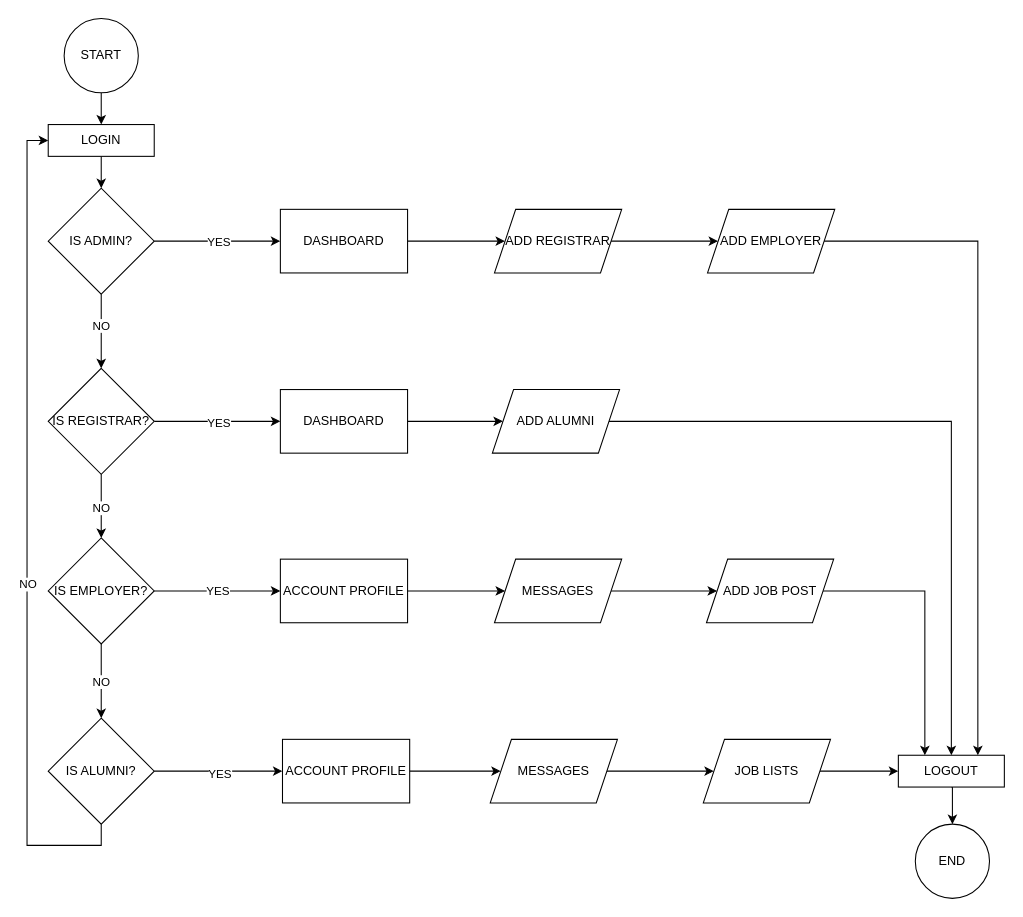
This is page "alumni flowchart" (1 of 10) of docs/FLOWCHART.drawio from 5kydriven/alumni-tracker-system-nuxt, a draw.io file, before an edit. Source tidied: cells renumbered, new cells numbered last; positions are measured from the earlier drawing's top-left corner, leaving out a move shared by most shapes. Both pictures are drawn from the tidied source at 106%, with x=0, y=0 at pixel (48, 18).
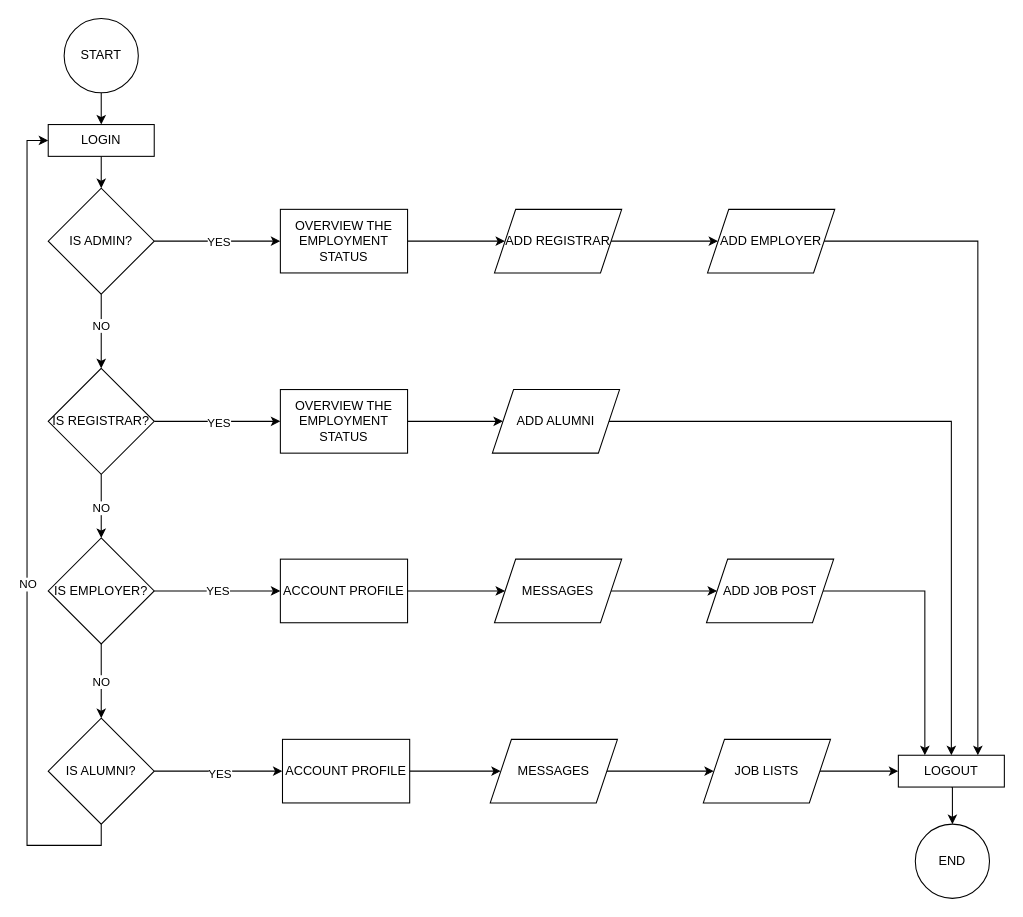
The same diagram, later.

The edit, as a diff of the source:
```diff
@@
-    <mxCell id="22" value="&lt;font face=&quot;ARIAL&quot;&gt;DASHBOARD&lt;/font&gt;" style="rounded=0;whiteSpace=wrap;html=1;" parent="1" vertex="1">
+    <mxCell id="22" value="&lt;font face=&quot;ARIAL&quot;&gt;OVERVIEW THE EMPLOYMENT STATUS&lt;/font&gt;" style="rounded=0;whiteSpace=wrap;html=1;" parent="1" vertex="1">
       <mxGeometry x="219" y="180" width="120" height="60" as="geometry" />
     </mxCell>
@@
-    <mxCell id="24" value="&lt;font face=&quot;ARIAL&quot;&gt;DASHBOARD&lt;/font&gt;" style="rounded=0;whiteSpace=wrap;html=1;" parent="1" vertex="1">
+    <mxCell id="24" value="&lt;span style=&quot;font-family: ARIAL;&quot;&gt;OVERVIEW THE EMPLOYMENT STATUS&lt;/span&gt;" style="rounded=0;whiteSpace=wrap;html=1;" parent="1" vertex="1">
       <mxGeometry x="219" y="350" width="120" height="60" as="geometry" />
     </mxCell>
```
